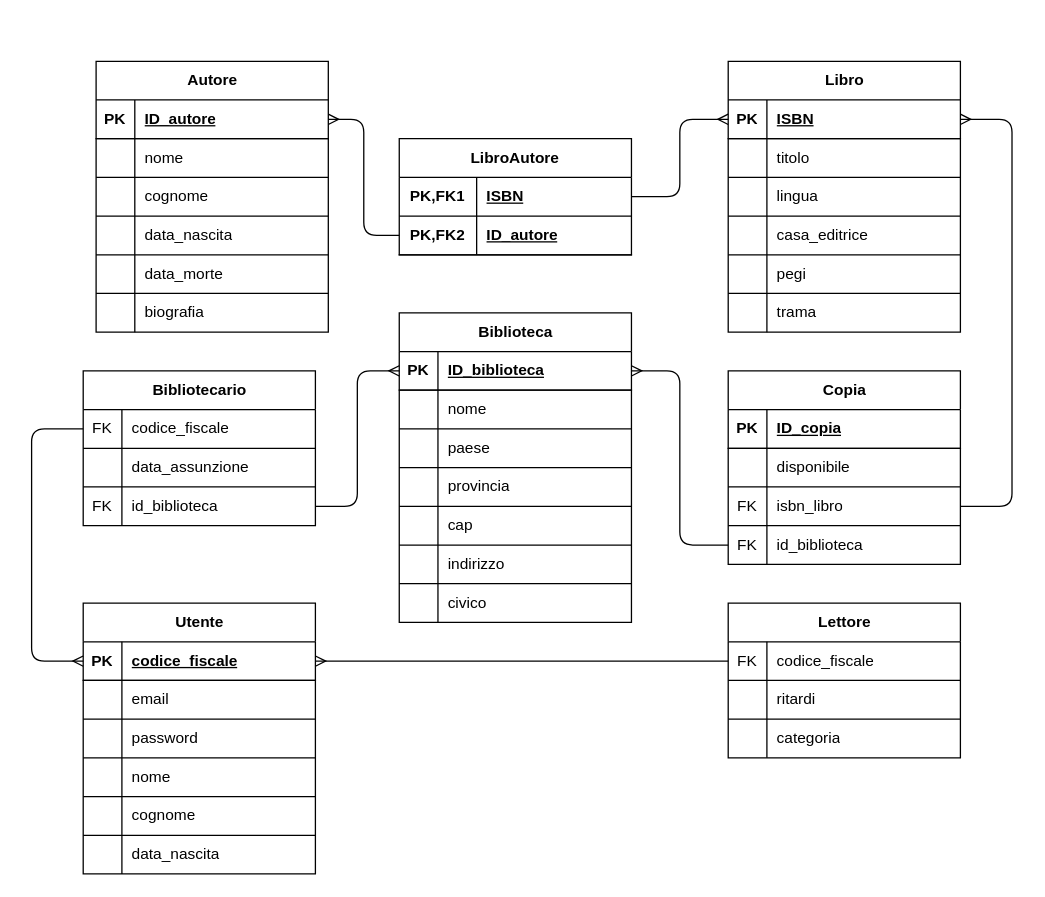
This is schemas/biblio_rel.drawio from eliac02/bibliodb, a draw.io file, before an edit. Source tidied: cells renumbered, new cells numbered last; positions are measured from the earlier drawing's top-left corner, leaving out a move shared by most shapes. Both pictures are drawn from the tidied source at 129%, with x=0, y=0 at pixel (31, 61).
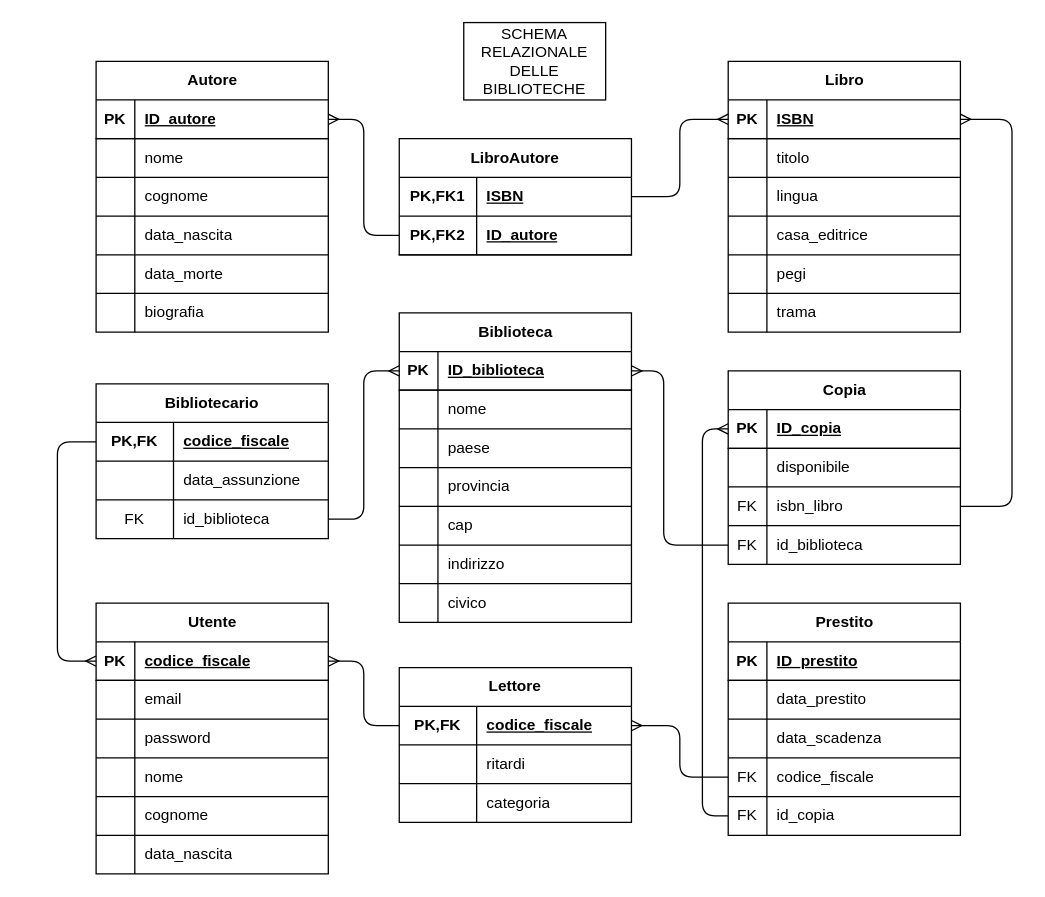
Above is the later version.

The change refers to these unchanged cells:
```xml
<mxCell id="3" style="shape=tableRow;horizontal=0;startSize=0;swimlaneHead=0;swimlaneBody=0;fillColor=none;points=[[0,0.5],[1,0.5]];portConstraint=eastwest;top=0;left=0;right=0;bottom=1;" parent="2" vertex="1">
  <mxGeometry y="30" width="180" height="30" as="geometry" />
</mxCell>
<mxCell id="44" style="shape=tableRow;horizontal=0;startSize=0;swimlaneHead=0;swimlaneBody=0;fillColor=none;points=[[0,0.5],[1,0.5]];portConstraint=eastwest;top=0;left=0;right=0;bottom=1;" parent="43" vertex="1">
  <mxGeometry y="30" width="180" height="30" as="geometry" />
</mxCell>
<mxCell id="53" style="shape=tableRow;horizontal=0;startSize=0;swimlaneHead=0;swimlaneBody=0;fillColor=none;points=[[0,0.5],[1,0.5]];portConstraint=eastwest;top=0;left=0;right=0;bottom=0;" parent="43" vertex="1">
  <mxGeometry y="120" width="180" height="30" as="geometry" />
</mxCell>
<mxCell id="76" style="shape=tableRow;horizontal=0;startSize=0;swimlaneHead=0;swimlaneBody=0;fillColor=none;points=[[0,0.5],[1,0.5]];portConstraint=eastwest;top=0;left=0;right=0;bottom=1;" parent="75" vertex="1">
  <mxGeometry y="30" width="180" height="30" as="geometry" />
</mxCell>
```

The edit, as a diff of the source:
```diff
@@
     <mxCell id="75" value="Utente" style="shape=table;startSize=30;childLayout=tableLayout;rowLines=1;fontStyle=1;align=center;html=1;" parent="1" vertex="1">
-      <mxGeometry x="40" y="420" width="180" height="210" as="geometry" />
+      <mxGeometry x="50" y="420" width="180" height="210" as="geometry" />
     </mxCell>
@@
-    <mxCell id="94" value="Lettore" style="shape=table;startSize=30;childLayout=tableLayout;rowLines=1;fontStyle=1;align=center;html=1;" parent="1" vertex="1">
-      <mxGeometry x="540" y="420" width="180" height="120" as="geometry" />
-    </mxCell>
-    <mxCell id="95" style="shape=tableRow;horizontal=0;startSize=0;swimlaneHead=0;swimlaneBody=0;fillColor=none;points=[[0,0.5],[1,0.5]];portConstraint=eastwest;top=0;left=0;right=0;bottom=0;" parent="94" vertex="1">
-      <mxGeometry y="30" width="180" height="30" as="geometry" />
-    </mxCell>
-    <mxCell id="96" value="FK" style="shape=partialRectangle;fillColor=none;top=0;left=0;bottom=0;right=0;overflow=hidden;whiteSpace=wrap;html=1;" parent="95" vertex="1">
-      <mxGeometry width="30" height="30" as="geometry" />
-    </mxCell>
-    <mxCell id="97" value="codice_fiscale" style="shape=partialRectangle;fillColor=none;top=0;left=0;bottom=0;right=0;align=left;spacingLeft=6;overflow=hidden;whiteSpace=wrap;html=1;" parent="95" vertex="1">
-      <mxGeometry x="30" width="150" height="30" as="geometry" />
-    </mxCell>
-    <mxCell id="98" style="shape=tableRow;horizontal=0;startSize=0;swimlaneHead=0;swimlaneBody=0;fillColor=none;top=0;left=0;right=0;bottom=0;" parent="94" vertex="1">
-      <mxGeometry y="60" width="180" height="30" as="geometry" />
-    </mxCell>
-    <mxCell id="99" style="shape=partialRectangle;fillColor=none;top=0;left=0;bottom=0;right=0;overflow=hidden;whiteSpace=wrap;html=1;" parent="98" vertex="1">
-      <mxGeometry width="30" height="30" as="geometry" />
-    </mxCell>
-    <mxCell id="100" value="ritardi" style="shape=partialRectangle;fillColor=none;top=0;left=0;bottom=0;right=0;align=left;spacingLeft=6;overflow=hidden;whiteSpace=wrap;html=1;" parent="98" vertex="1">
-      <mxGeometry x="30" width="150" height="30" as="geometry" />
-    </mxCell>
-    <mxCell id="101" style="shape=tableRow;horizontal=0;startSize=0;swimlaneHead=0;swimlaneBody=0;fillColor=none;top=0;left=0;right=0;bottom=0;" parent="94" vertex="1">
-      <mxGeometry y="90" width="180" height="30" as="geometry" />
-    </mxCell>
-    <mxCell id="102" style="shape=partialRectangle;fillColor=none;top=0;left=0;bottom=0;right=0;overflow=hidden;whiteSpace=wrap;html=1;" parent="101" vertex="1">
-      <mxGeometry width="30" height="30" as="geometry" />
-    </mxCell>
-    <mxCell id="103" value="categoria" style="shape=partialRectangle;fillColor=none;top=0;left=0;bottom=0;right=0;align=left;spacingLeft=6;overflow=hidden;whiteSpace=wrap;html=1;" parent="101" vertex="1">
-      <mxGeometry x="30" width="150" height="30" as="geometry" />
-    </mxCell>
-    <mxCell id="104" value="Bibliotecario" style="shape=table;startSize=30;childLayout=tableLayout;rowLines=1;fontStyle=1;align=center;html=1;" parent="1" vertex="1">
-      <mxGeometry x="40" y="240" width="180" height="120" as="geometry" />
-    </mxCell>
-    <mxCell id="105" style="shape=tableRow;horizontal=0;startSize=0;swimlaneHead=0;swimlaneBody=0;fillColor=none;points=[[0,0.5],[1,0.5]];portConstraint=eastwest;top=0;left=0;right=0;bottom=0;" parent="104" vertex="1">
-      <mxGeometry y="30" width="180" height="30" as="geometry" />
-    </mxCell>
-    <mxCell id="106" value="FK" style="shape=partialRectangle;fillColor=none;top=0;left=0;bottom=0;right=0;overflow=hidden;whiteSpace=wrap;html=1;" parent="105" vertex="1">
-      <mxGeometry width="30" height="30" as="geometry" />
-    </mxCell>
-    <mxCell id="107" value="codice_fiscale" style="shape=partialRectangle;fillColor=none;top=0;left=0;bottom=0;right=0;align=left;spacingLeft=6;overflow=hidden;whiteSpace=wrap;html=1;" parent="105" vertex="1">
-      <mxGeometry x="30" width="150" height="30" as="geometry" />
-    </mxCell>
-    <mxCell id="108" style="shape=tableRow;horizontal=0;startSize=0;swimlaneHead=0;swimlaneBody=0;fillColor=none;top=0;left=0;right=0;bottom=0;" parent="104" vertex="1">
-      <mxGeometry y="60" width="180" height="30" as="geometry" />
-    </mxCell>
-    <mxCell id="109" style="shape=partialRectangle;fillColor=none;top=0;left=0;bottom=0;right=0;overflow=hidden;whiteSpace=wrap;html=1;" parent="108" vertex="1">
-      <mxGeometry width="30" height="30" as="geometry" />
-    </mxCell>
-    <mxCell id="110" value="data_assunzione" style="shape=partialRectangle;fillColor=none;top=0;left=0;bottom=0;right=0;align=left;spacingLeft=6;overflow=hidden;whiteSpace=wrap;html=1;" parent="108" vertex="1">
-      <mxGeometry x="30" width="150" height="30" as="geometry" />
-    </mxCell>
-    <mxCell id="111" style="shape=tableRow;horizontal=0;startSize=0;swimlaneHead=0;swimlaneBody=0;fillColor=none;points=[[0,0.5],[1,0.5]];portConstraint=eastwest;top=0;left=0;right=0;bottom=0;" parent="104" vertex="1">
-      <mxGeometry y="90" width="180" height="30" as="geometry" />
-    </mxCell>
-    <mxCell id="112" value="FK" style="shape=partialRectangle;fillColor=none;top=0;left=0;bottom=0;right=0;overflow=hidden;whiteSpace=wrap;html=1;" parent="111" vertex="1">
-      <mxGeometry width="30" height="30" as="geometry" />
-    </mxCell>
-    <mxCell id="113" value="id_biblioteca" style="shape=partialRectangle;fillColor=none;top=0;left=0;bottom=0;right=0;align=left;spacingLeft=6;overflow=hidden;whiteSpace=wrap;html=1;" parent="111" vertex="1">
-      <mxGeometry x="30" width="150" height="30" as="geometry" />
-    </mxCell>
@@
     <mxCell id="124" style="edgeStyle=orthogonalEdgeStyle;rounded=1;jettySize=auto;html=1;exitX=0;exitY=0.5;exitDx=0;exitDy=0;entryX=1;entryY=0.5;entryDx=0;entryDy=0;curved=0;endArrow=ERmany;endFill=0;" parent="1" edge="1" source="53" target="3">
-      <mxGeometry relative="1" as="geometry" />
+      <mxGeometry relative="1" as="geometry">
+        <Array as="points">
+          <mxPoint x="490" y="375" />
+          <mxPoint x="490" y="240" />
+        </Array>
+      </mxGeometry>
     </mxCell>
-    <mxCell id="125" style="edgeStyle=orthogonalEdgeStyle;rounded=1;jettySize=auto;html=1;exitX=1;exitY=0.5;exitDx=0;exitDy=0;entryX=0;entryY=0.5;entryDx=0;entryDy=0;curved=0;endArrow=ERmany;endFill=0;" parent="1" edge="1" source="111" target="3">
-      <mxGeometry relative="1" as="geometry" />
-    </mxCell>
-    <mxCell id="126" style="edgeStyle=orthogonalEdgeStyle;rounded=1;jettySize=auto;html=1;exitX=0;exitY=0.5;exitDx=0;exitDy=0;entryX=0;entryY=0.5;entryDx=0;entryDy=0;curved=0;endArrow=ERmany;endFill=0;" parent="1" edge="1" source="105" target="76">
-      <mxGeometry relative="1" as="geometry">
-        <Array as="points">
-          <mxPoint y="285" />
-          <mxPoint y="465" />
-        </Array>
-      </mxGeometry>
-    </mxCell>
-    <mxCell id="127" style="edgeStyle=orthogonalEdgeStyle;rounded=1;jettySize=auto;html=1;exitX=0;exitY=0.5;exitDx=0;exitDy=0;entryX=1;entryY=0.5;entryDx=0;entryDy=0;endArrow=ERmany;endFill=0;curved=0;" parent="1" edge="1" source="95" target="76">
-      <mxGeometry relative="1" as="geometry" />
-    </mxCell>
+    <mxCell id="128" value="Prestito" style="shape=table;startSize=30;childLayout=tableLayout;rowLines=1;fontStyle=1;align=center;html=1;" parent="1" vertex="1">
+      <mxGeometry x="540" y="420" width="180" height="180" as="geometry" />
+    </mxCell>
+    <mxCell id="129" style="shape=tableRow;horizontal=0;startSize=0;swimlaneHead=0;swimlaneBody=0;fillColor=none;top=0;left=0;right=0;bottom=1;" parent="128" vertex="1">
+      <mxGeometry y="30" width="180" height="30" as="geometry" />
+    </mxCell>
+    <mxCell id="130" value="PK" style="shape=partialRectangle;fillColor=none;top=0;left=0;bottom=0;right=0;fontStyle=1;overflow=hidden;whiteSpace=wrap;html=1;" parent="129" vertex="1">
+      <mxGeometry width="30" height="30" as="geometry" />
+    </mxCell>
+    <mxCell id="131" value="ID_prestito" style="shape=partialRectangle;fillColor=none;top=0;left=0;bottom=0;right=0;align=left;spacingLeft=6;fontStyle=5;overflow=hidden;whiteSpace=wrap;html=1;" parent="129" vertex="1">
+      <mxGeometry x="30" width="150" height="30" as="geometry" />
+    </mxCell>
+    <mxCell id="132" style="shape=tableRow;horizontal=0;startSize=0;swimlaneHead=0;swimlaneBody=0;fillColor=none;top=0;left=0;right=0;bottom=0;" parent="128" vertex="1">
+      <mxGeometry y="60" width="180" height="30" as="geometry" />
+    </mxCell>
+    <mxCell id="133" style="shape=partialRectangle;fillColor=none;top=0;left=0;bottom=0;right=0;overflow=hidden;whiteSpace=wrap;html=1;" parent="132" vertex="1">
+      <mxGeometry width="30" height="30" as="geometry" />
+    </mxCell>
+    <mxCell id="134" value="data_prestito" style="shape=partialRectangle;fillColor=none;top=0;left=0;bottom=0;right=0;align=left;spacingLeft=6;overflow=hidden;whiteSpace=wrap;html=1;" parent="132" vertex="1">
+      <mxGeometry x="30" width="150" height="30" as="geometry" />
+    </mxCell>
+    <mxCell id="135" style="shape=tableRow;horizontal=0;startSize=0;swimlaneHead=0;swimlaneBody=0;fillColor=none;top=0;left=0;right=0;bottom=0;" parent="128" vertex="1">
+      <mxGeometry y="90" width="180" height="30" as="geometry" />
+    </mxCell>
+    <mxCell id="136" style="shape=partialRectangle;fillColor=none;top=0;left=0;bottom=0;right=0;overflow=hidden;whiteSpace=wrap;html=1;" parent="135" vertex="1">
+      <mxGeometry width="30" height="30" as="geometry" />
+    </mxCell>
+    <mxCell id="137" value="data_scadenza" style="shape=partialRectangle;fillColor=none;top=0;left=0;bottom=0;right=0;align=left;spacingLeft=6;overflow=hidden;whiteSpace=wrap;html=1;" parent="135" vertex="1">
+      <mxGeometry x="30" width="150" height="30" as="geometry" />
+    </mxCell>
+    <mxCell id="138" style="shape=tableRow;horizontal=0;startSize=0;swimlaneHead=0;swimlaneBody=0;fillColor=none;points=[[0,0.5],[1,0.5]];portConstraint=eastwest;top=0;left=0;right=0;bottom=0;" parent="128" vertex="1">
+      <mxGeometry y="120" width="180" height="30" as="geometry" />
+    </mxCell>
+    <mxCell id="139" value="FK" style="shape=partialRectangle;fillColor=none;top=0;left=0;bottom=0;right=0;overflow=hidden;whiteSpace=wrap;html=1;" parent="138" vertex="1">
+      <mxGeometry width="30" height="30" as="geometry" />
+    </mxCell>
+    <mxCell id="140" value="codice_fiscale" style="shape=partialRectangle;fillColor=none;top=0;left=0;bottom=0;right=0;align=left;spacingLeft=6;overflow=hidden;whiteSpace=wrap;html=1;" parent="138" vertex="1">
+      <mxGeometry x="30" width="150" height="30" as="geometry" />
+    </mxCell>
+    <mxCell id="141" style="shape=tableRow;horizontal=0;startSize=0;swimlaneHead=0;swimlaneBody=0;fillColor=none;points=[[0,0.5],[1,0.5]];portConstraint=eastwest;top=0;left=0;right=0;bottom=0;" parent="128" vertex="1">
+      <mxGeometry y="150" width="180" height="30" as="geometry" />
+    </mxCell>
+    <mxCell id="142" value="FK" style="shape=partialRectangle;fillColor=none;top=0;left=0;bottom=0;right=0;overflow=hidden;whiteSpace=wrap;html=1;" parent="141" vertex="1">
+      <mxGeometry width="30" height="30" as="geometry" />
+    </mxCell>
+    <mxCell id="143" value="id_copia" style="shape=partialRectangle;fillColor=none;top=0;left=0;bottom=0;right=0;align=left;spacingLeft=6;overflow=hidden;whiteSpace=wrap;html=1;" parent="141" vertex="1">
+      <mxGeometry x="30" width="150" height="30" as="geometry" />
+    </mxCell>
+    <mxCell id="144" style="edgeStyle=orthogonalEdgeStyle;rounded=1;jettySize=auto;html=1;exitX=0;exitY=0.5;exitDx=0;exitDy=0;entryX=0;entryY=0.5;entryDx=0;entryDy=0;curved=0;endArrow=ERmany;endFill=0;" parent="1" edge="1" source="141" target="44">
+      <mxGeometry relative="1" as="geometry" />
+    </mxCell>
+    <mxCell id="94" value="Lettore" style="shape=table;startSize=30;childLayout=tableLayout;rowLines=1;fontStyle=1;align=center;html=1;whiteSpace=wrap;" parent="1" vertex="1">
+      <mxGeometry x="285" y="470" width="180" height="120" as="geometry" />
+    </mxCell>
+    <mxCell id="145" style="shape=tableRow;horizontal=0;startSize=0;swimlaneHead=0;swimlaneBody=0;fillColor=none;points=[[0,0.5],[1,0.5]];portConstraint=eastwest;top=0;left=0;right=0;bottom=0;html=1;" parent="94" vertex="1">
+      <mxGeometry y="30" width="180" height="30" as="geometry" />
+    </mxCell>
+    <mxCell id="146" value="PK,FK" style="shape=partialRectangle;fillColor=none;top=0;left=0;bottom=0;right=0;fontStyle=1;overflow=hidden;html=1;whiteSpace=wrap;" parent="145" vertex="1">
+      <mxGeometry width="60" height="30" as="geometry" />
+    </mxCell>
+    <mxCell id="147" value="codice_fiscale" style="shape=partialRectangle;fillColor=none;top=0;left=0;bottom=0;right=0;align=left;spacingLeft=6;fontStyle=5;overflow=hidden;html=1;whiteSpace=wrap;" parent="145" vertex="1">
+      <mxGeometry x="60" width="120" height="30" as="geometry" />
+    </mxCell>
+    <mxCell id="148" style="shape=tableRow;horizontal=0;startSize=0;swimlaneHead=0;swimlaneBody=0;fillColor=none;top=0;left=0;right=0;bottom=0;html=1;" parent="94" vertex="1">
+      <mxGeometry y="60" width="180" height="30" as="geometry" />
+    </mxCell>
+    <mxCell id="149" style="shape=partialRectangle;fillColor=none;top=0;left=0;bottom=0;right=0;overflow=hidden;html=1;whiteSpace=wrap;" parent="148" vertex="1">
+      <mxGeometry width="60" height="30" as="geometry" />
+    </mxCell>
+    <mxCell id="100" value="ritardi" style="shape=partialRectangle;fillColor=none;top=0;left=0;bottom=0;right=0;align=left;spacingLeft=6;overflow=hidden;html=1;whiteSpace=wrap;" parent="148" vertex="1">
+      <mxGeometry x="60" width="120" height="30" as="geometry" />
+    </mxCell>
+    <mxCell id="150" style="shape=tableRow;horizontal=0;startSize=0;swimlaneHead=0;swimlaneBody=0;fillColor=none;top=0;left=0;right=0;bottom=0;html=1;" parent="94" vertex="1">
+      <mxGeometry y="90" width="180" height="30" as="geometry" />
+    </mxCell>
+    <mxCell id="151" style="shape=partialRectangle;fillColor=none;top=0;left=0;bottom=0;right=0;overflow=hidden;html=1;whiteSpace=wrap;" parent="150" vertex="1">
+      <mxGeometry width="60" height="30" as="geometry" />
+    </mxCell>
+    <mxCell id="103" value="categoria" style="shape=partialRectangle;fillColor=none;top=0;left=0;bottom=0;right=0;align=left;spacingLeft=6;overflow=hidden;html=1;whiteSpace=wrap;" parent="150" vertex="1">
+      <mxGeometry x="60" width="120" height="30" as="geometry" />
+    </mxCell>
+    <mxCell id="104" value="Bibliotecario" style="shape=table;startSize=30;childLayout=tableLayout;rowLines=1;fontStyle=1;align=center;html=1;whiteSpace=wrap;" parent="1" vertex="1">
+      <mxGeometry x="50" y="250" width="180" height="120" as="geometry" />
+    </mxCell>
+    <mxCell id="152" style="shape=tableRow;horizontal=0;startSize=0;swimlaneHead=0;swimlaneBody=0;fillColor=none;points=[[0,0.5],[1,0.5]];portConstraint=eastwest;top=0;left=0;right=0;bottom=0;html=1;" parent="104" vertex="1">
+      <mxGeometry y="30" width="180" height="30" as="geometry" />
+    </mxCell>
+    <mxCell id="153" value="PK,FK" style="shape=partialRectangle;fillColor=none;top=0;left=0;bottom=0;right=0;fontStyle=1;overflow=hidden;html=1;whiteSpace=wrap;" parent="152" vertex="1">
+      <mxGeometry width="60" height="30" as="geometry" />
+    </mxCell>
+    <mxCell id="154" value="codice_fiscale" style="shape=partialRectangle;fillColor=none;top=0;left=0;bottom=0;right=0;align=left;spacingLeft=6;fontStyle=5;overflow=hidden;html=1;whiteSpace=wrap;" parent="152" vertex="1">
+      <mxGeometry x="60" width="120" height="30" as="geometry" />
+    </mxCell>
+    <mxCell id="155" style="shape=tableRow;horizontal=0;startSize=0;swimlaneHead=0;swimlaneBody=0;fillColor=none;top=0;left=0;right=0;bottom=0;html=1;" parent="104" vertex="1">
+      <mxGeometry y="60" width="180" height="30" as="geometry" />
+    </mxCell>
+    <mxCell id="156" style="shape=partialRectangle;fillColor=none;top=0;left=0;bottom=0;right=0;overflow=hidden;html=1;whiteSpace=wrap;" parent="155" vertex="1">
+      <mxGeometry width="60" height="30" as="geometry" />
+    </mxCell>
+    <mxCell id="110" value="data_assunzione" style="shape=partialRectangle;fillColor=none;top=0;left=0;bottom=0;right=0;align=left;spacingLeft=6;overflow=hidden;html=1;whiteSpace=wrap;" parent="155" vertex="1">
+      <mxGeometry x="60" width="120" height="30" as="geometry" />
+    </mxCell>
+    <mxCell id="157" style="shape=tableRow;horizontal=0;startSize=0;swimlaneHead=0;swimlaneBody=0;fillColor=none;points=[[0,0.5],[1,0.5]];portConstraint=eastwest;top=0;left=0;right=0;bottom=0;html=1;" parent="104" vertex="1">
+      <mxGeometry y="90" width="180" height="30" as="geometry" />
+    </mxCell>
+    <mxCell id="158" value="FK" style="shape=partialRectangle;fillColor=none;top=0;left=0;bottom=0;right=0;overflow=hidden;html=1;whiteSpace=wrap;" parent="157" vertex="1">
+      <mxGeometry width="60" height="30" as="geometry" />
+    </mxCell>
+    <mxCell id="113" value="id_biblioteca" style="shape=partialRectangle;fillColor=none;top=0;left=0;bottom=0;right=0;align=left;spacingLeft=6;overflow=hidden;html=1;whiteSpace=wrap;" parent="157" vertex="1">
+      <mxGeometry x="60" width="120" height="30" as="geometry" />
+    </mxCell>
+    <mxCell id="159" style="edgeStyle=orthogonalEdgeStyle;rounded=1;jettySize=auto;html=1;exitX=1;exitY=0.5;exitDx=0;exitDy=0;entryX=0;entryY=0.5;entryDx=0;entryDy=0;curved=0;endArrow=ERmany;endFill=0;" parent="1" edge="1" source="157" target="3">
+      <mxGeometry relative="1" as="geometry" />
+    </mxCell>
+    <mxCell id="160" style="edgeStyle=orthogonalEdgeStyle;rounded=1;jettySize=auto;html=1;exitX=0;exitY=0.5;exitDx=0;exitDy=0;entryX=0;entryY=0.5;entryDx=0;entryDy=0;curved=0;endArrow=ERmany;endFill=0;" parent="1" edge="1" source="152" target="76">
+      <mxGeometry relative="1" as="geometry">
+        <Array as="points">
+          <mxPoint x="20" y="295" />
+          <mxPoint x="20" y="465" />
+        </Array>
+      </mxGeometry>
+    </mxCell>
+    <mxCell id="161" style="edgeStyle=orthogonalEdgeStyle;rounded=1;jettySize=auto;html=1;exitX=0;exitY=0.5;exitDx=0;exitDy=0;entryX=1;entryY=0.5;entryDx=0;entryDy=0;curved=0;endArrow=ERmany;endFill=0;" parent="1" edge="1" source="145" target="76">
+      <mxGeometry relative="1" as="geometry" />
+    </mxCell>
+    <mxCell id="162" style="edgeStyle=orthogonalEdgeStyle;rounded=1;jettySize=auto;html=1;exitX=0;exitY=0.5;exitDx=0;exitDy=0;entryX=1;entryY=0.5;entryDx=0;entryDy=0;curved=0;endArrow=ERmany;endFill=0;" parent="1" edge="1" source="138" target="145">
+      <mxGeometry relative="1" as="geometry" />
+    </mxCell>
+    <mxCell id="163" value="SCHEMA RELAZIONALE DELLE BIBLIOTECHE" style="text;html=1;align=center;verticalAlign=middle;whiteSpace=wrap;rounded=0;strokeColor=default;strokeWidth=1;fillColor=none;glass=0;shadow=0;" parent="1" vertex="1">
+      <mxGeometry x="335" y="-30" width="110" height="60" as="geometry" />
+    </mxCell>
```
